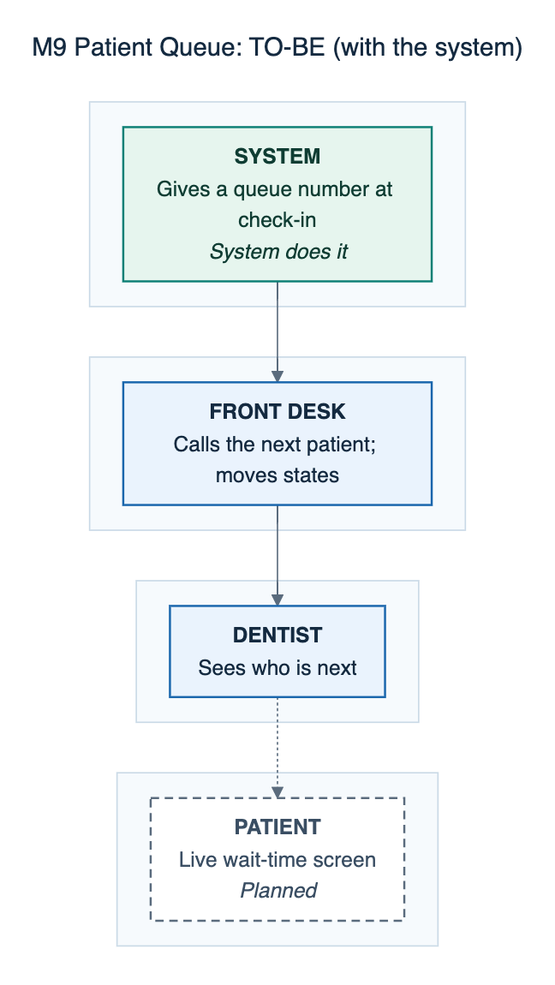
Above: docs/defense/diagrams/png/M9-patient-queue-to-be.png in 0phem/multibranch-dental-clinic (Mermaid), before the change. Its source is kept beside it as docs/defense/diagrams/M9-patient-queue-to-be.mmd. Source of this version:
```mermaid
---
title: "M9 Patient Queue: TO-BE (with the system)"
---
flowchart TB
    subgraph L0[" "]
    direction LR
      S3["<b>PATIENT</b><br/>Live wait-time screen<br/><i>Planned</i>"]:::planned
    end
    subgraph L1[" "]
    direction LR
      S1["<b>FRONT DESK</b><br/>Calls the next patient; moves states"]:::manual
    end
    subgraph L2[" "]
    direction LR
      S2["<b>DENTIST</b><br/>Sees who is next"]:::manual
    end
    subgraph L4[" "]
    direction LR
      S0["<b>SYSTEM</b><br/>Gives a queue number at check-in<br/><i>System does it</i>"]:::auto
    end
    S0 --> S1
    S1 --> S2
    S2 -.-> S3
    classDef cited fill:#eaf3fd,stroke:#1865ac,color:#142a40,stroke-width:1.5px
    classDef confirm fill:#fffaf0,stroke:#b26a00,color:#5e3c00,stroke-width:1.5px,stroke-dasharray:6 4
    classDef auto fill:#e6f5ee,stroke:#0c7f75,color:#0f3d33,stroke-width:1.5px
    classDef manual fill:#eaf3fd,stroke:#1865ac,color:#142a40,stroke-width:1.5px
    classDef mock fill:#f3f5f7,stroke:#5a6b7d,color:#3a4e63,stroke-width:1.5px,stroke-dasharray:3 3
    classDef planned fill:#ffffff,stroke:#5a6b7d,color:#3a4e63,stroke-width:1.5px,stroke-dasharray:6 4
```
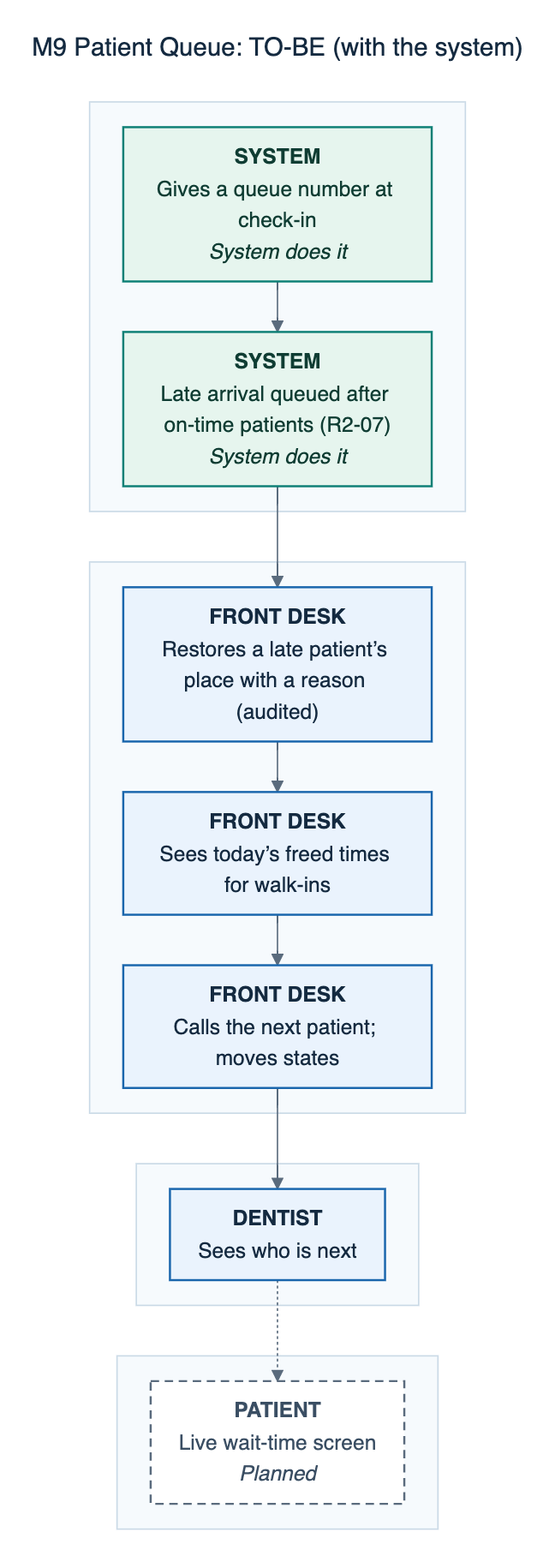
Above is the later version.

Change to the diagram source:
```diff
@@ -4,23 +4,29 @@
 flowchart TB
     subgraph L0[" "]
     direction LR
-      S3["<b>PATIENT</b><br/>Live wait-time screen<br/><i>Planned</i>"]:::planned
+      S6["<b>PATIENT</b><br/>Live wait-time screen<br/><i>Planned</i>"]:::planned
     end
     subgraph L1[" "]
     direction LR
-      S1["<b>FRONT DESK</b><br/>Calls the next patient; moves states"]:::manual
+      S2["<b>FRONT DESK</b><br/>Restores a late patient’s place with a reason (audited)"]:::manual
+      S3["<b>FRONT DESK</b><br/>Sees today’s freed times for walk-ins"]:::manual
+      S4["<b>FRONT DESK</b><br/>Calls the next patient; moves states"]:::manual
     end
     subgraph L2[" "]
     direction LR
-      S2["<b>DENTIST</b><br/>Sees who is next"]:::manual
+      S5["<b>DENTIST</b><br/>Sees who is next"]:::manual
     end
     subgraph L4[" "]
     direction LR
       S0["<b>SYSTEM</b><br/>Gives a queue number at check-in<br/><i>System does it</i>"]:::auto
+      S1["<b>SYSTEM</b><br/>Late arrival queued after on-time patients (R2-07)<br/><i>System does it</i>"]:::auto
     end
     S0 --> S1
     S1 --> S2
-    S2 -.-> S3
+    S2 --> S3
+    S3 --> S4
+    S4 --> S5
+    S5 -.-> S6
     classDef cited fill:#eaf3fd,stroke:#1865ac,color:#142a40,stroke-width:1.5px
     classDef confirm fill:#fffaf0,stroke:#b26a00,color:#5e3c00,stroke-width:1.5px,stroke-dasharray:6 4
     classDef auto fill:#e6f5ee,stroke:#0c7f75,color:#0f3d33,stroke-width:1.5px
```
